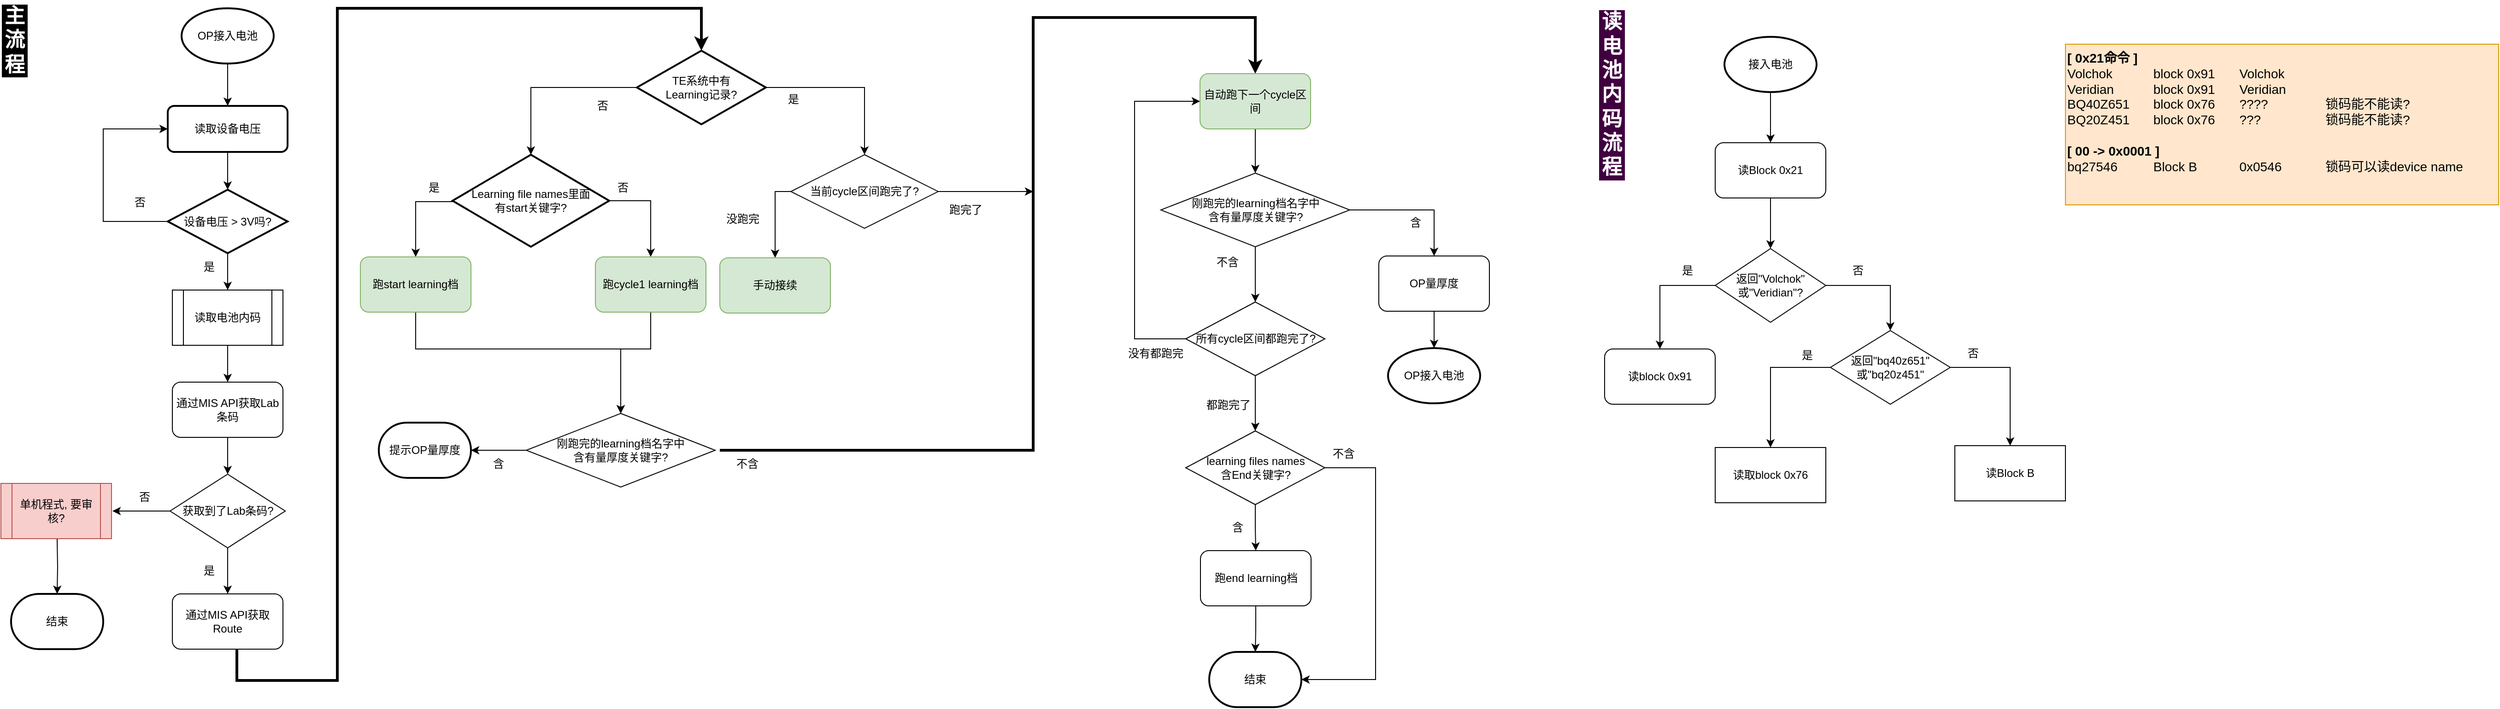
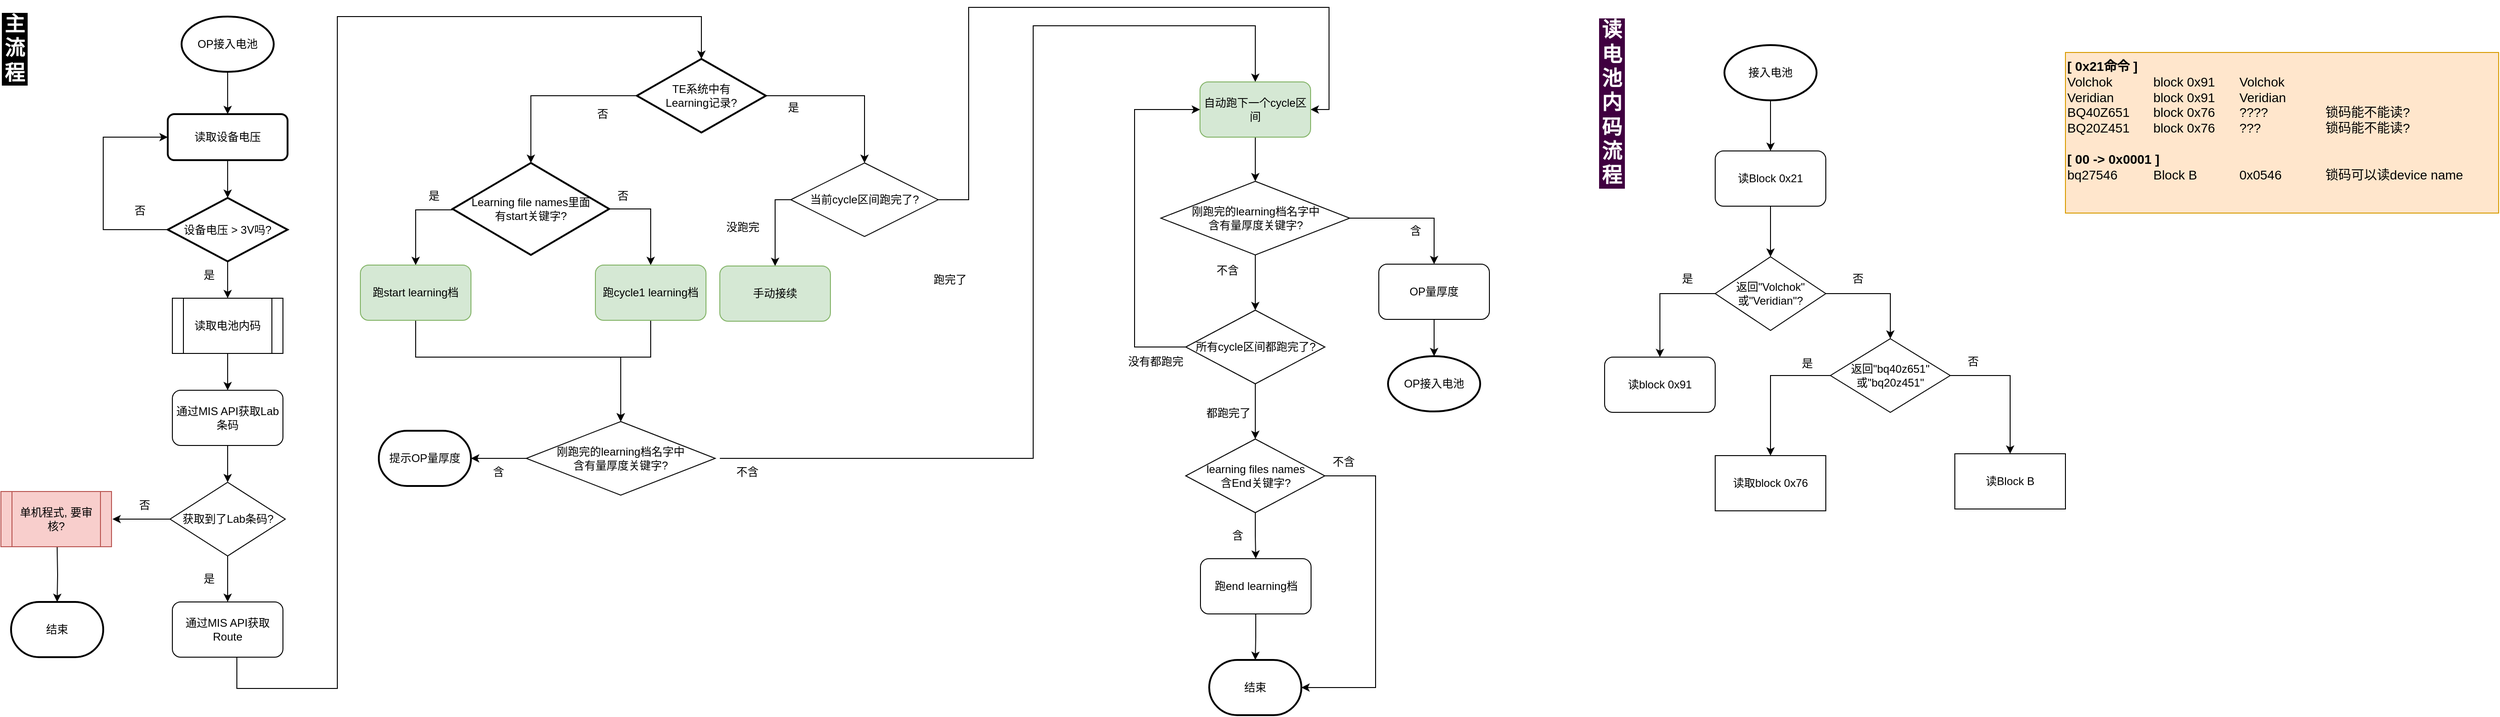
<mxfile host="app.diagrams.net">
  <diagram name="第 1 页" id="3HldnIOuQtLrwHUO-1mN">
    <mxGraphModel dx="1318" dy="774" grid="1" gridSize="10" guides="1" tooltips="1" connect="1" arrows="1" fold="1" page="1" pageScale="1" pageWidth="1169" pageHeight="827" background="#FFFFFF" math="0" shadow="0">
      <root>
        <mxCell id="0" />
        <mxCell id="1" parent="0" />
        <mxCell id="qRa3hty1LtdxE0hFs_0w-8" edge="1" parent="1" source="qRa3hty1LtdxE0hFs_0w-4" style="edgeStyle=orthogonalEdgeStyle;rounded=0;orthogonalLoop=1;jettySize=auto;html=1;" target="qRa3hty1LtdxE0hFs_0w-6" value="">
          <mxGeometry relative="1" as="geometry" />
        </mxCell>
        <mxCell id="qRa3hty1LtdxE0hFs_0w-4" parent="1" style="strokeWidth=2;html=1;shape=mxgraph.flowchart.start_1;whiteSpace=wrap;" value="OP接入电池" vertex="1">
          <mxGeometry height="60" width="100" x="216" y="20" as="geometry" />
        </mxCell>
        <mxCell id="qRa3hty1LtdxE0hFs_0w-9" edge="1" parent="1" source="qRa3hty1LtdxE0hFs_0w-6" style="edgeStyle=orthogonalEdgeStyle;rounded=0;orthogonalLoop=1;jettySize=auto;html=1;" target="qRa3hty1LtdxE0hFs_0w-7" value="">
          <mxGeometry relative="1" as="geometry" />
        </mxCell>
        <mxCell id="qRa3hty1LtdxE0hFs_0w-6" parent="1" style="rounded=1;whiteSpace=wrap;html=1;absoluteArcSize=1;arcSize=14;strokeWidth=2;" value="读取设备电压" vertex="1">
          <mxGeometry height="50" width="130" x="201" y="126" as="geometry" />
        </mxCell>
        <mxCell id="qRa3hty1LtdxE0hFs_0w-14" edge="1" parent="1" source="qRa3hty1LtdxE0hFs_0w-7" style="edgeStyle=orthogonalEdgeStyle;rounded=0;orthogonalLoop=1;jettySize=auto;html=1;" target="qRa3hty1LtdxE0hFs_0w-13" value="">
          <mxGeometry relative="1" as="geometry" />
        </mxCell>
        <mxCell id="qRa3hty1LtdxE0hFs_0w-25" edge="1" parent="1" source="qRa3hty1LtdxE0hFs_0w-7" style="edgeStyle=orthogonalEdgeStyle;rounded=0;orthogonalLoop=1;jettySize=auto;html=1;entryX=0;entryY=0.5;entryDx=0;entryDy=0;" target="qRa3hty1LtdxE0hFs_0w-6">
          <mxGeometry relative="1" as="geometry">
            <Array as="points">
              <mxPoint x="131" y="252" />
              <mxPoint x="131" y="151" />
            </Array>
            <mxPoint x="411" y="146" as="targetPoint" />
          </mxGeometry>
        </mxCell>
        <mxCell id="qRa3hty1LtdxE0hFs_0w-7" parent="1" style="strokeWidth=2;html=1;shape=mxgraph.flowchart.decision;whiteSpace=wrap;" value="设备电压 &amp;gt; 3V吗?" vertex="1">
          <mxGeometry height="69" width="130" x="201" y="217" as="geometry" />
        </mxCell>
        <mxCell id="qRa3hty1LtdxE0hFs_0w-11" parent="1" style="text;html=1;whiteSpace=wrap;strokeColor=none;fillColor=none;align=center;verticalAlign=middle;rounded=0;" value="&lt;div&gt;否&lt;/div&gt;" vertex="1">
          <mxGeometry height="30" width="60" x="141" y="216" as="geometry" />
        </mxCell>
        <mxCell id="qRa3hty1LtdxE0hFs_0w-12" parent="1" style="text;html=1;whiteSpace=wrap;strokeColor=none;fillColor=none;align=center;verticalAlign=middle;rounded=0;" value="&lt;div&gt;是&lt;/div&gt;" vertex="1">
          <mxGeometry height="30" width="60" x="216" y="286" as="geometry" />
        </mxCell>
        <mxCell id="qRa3hty1LtdxE0hFs_0w-16" edge="1" parent="1" source="qRa3hty1LtdxE0hFs_0w-13" style="edgeStyle=orthogonalEdgeStyle;rounded=0;orthogonalLoop=1;jettySize=auto;html=1;" target="qRa3hty1LtdxE0hFs_0w-15" value="">
          <mxGeometry relative="1" as="geometry" />
        </mxCell>
        <mxCell id="qRa3hty1LtdxE0hFs_0w-13" parent="1" style="shape=process;whiteSpace=wrap;html=1;backgroundOutline=1;" value="读取电池内码" vertex="1">
          <mxGeometry height="60" width="120" x="206" y="326" as="geometry" />
        </mxCell>
        <mxCell id="qRa3hty1LtdxE0hFs_0w-20" edge="1" parent="1" source="qRa3hty1LtdxE0hFs_0w-15" style="edgeStyle=orthogonalEdgeStyle;rounded=0;orthogonalLoop=1;jettySize=auto;html=1;" target="qRa3hty1LtdxE0hFs_0w-19" value="">
          <mxGeometry relative="1" as="geometry" />
        </mxCell>
        <mxCell id="qRa3hty1LtdxE0hFs_0w-15" parent="1" style="rounded=1;whiteSpace=wrap;html=1;" value="通过MIS API获取Lab条码" vertex="1">
          <mxGeometry height="60" width="120" x="206" y="426" as="geometry" />
        </mxCell>
-         <mxCell id="qRa3hty1LtdxE0hFs_0w-31" edge="1" parent="1" style="edgeStyle=orthogonalEdgeStyle;rounded=0;orthogonalLoop=1;jettySize=auto;html=1;entryX=0.5;entryY=0;entryDx=0;entryDy=0;entryPerimeter=0;strokeWidth=3;" target="qRa3hty1LtdxE0hFs_0w-30" value="">
+         <mxCell id="qRa3hty1LtdxE0hFs_0w-31" edge="1" parent="1" style="edgeStyle=orthogonalEdgeStyle;rounded=0;orthogonalLoop=1;jettySize=auto;html=1;entryX=0.5;entryY=0;entryDx=0;entryDy=0;entryPerimeter=0;strokeWidth=1;" target="qRa3hty1LtdxE0hFs_0w-30" value="">
          <mxGeometry relative="1" as="geometry">
            <Array as="points">
              <mxPoint x="276" y="750" />
              <mxPoint x="385" y="750" />
              <mxPoint x="385" y="20" />
              <mxPoint x="780" y="20" />
              <mxPoint x="780" y="59" />
            </Array>
            <mxPoint x="276" y="716" as="sourcePoint" />
            <mxPoint x="793" y="59" as="targetPoint" />
          </mxGeometry>
        </mxCell>
        <mxCell id="qRa3hty1LtdxE0hFs_0w-17" parent="1" style="rounded=1;whiteSpace=wrap;html=1;" value="通过MIS API获取Route" vertex="1">
          <mxGeometry height="60" width="120" x="206" y="656" as="geometry" />
        </mxCell>
        <mxCell id="qRa3hty1LtdxE0hFs_0w-21" edge="1" parent="1" source="qRa3hty1LtdxE0hFs_0w-19" style="edgeStyle=orthogonalEdgeStyle;rounded=0;orthogonalLoop=1;jettySize=auto;html=1;" target="qRa3hty1LtdxE0hFs_0w-17" value="">
          <mxGeometry relative="1" as="geometry" />
        </mxCell>
        <mxCell id="qRa3hty1LtdxE0hFs_0w-27" edge="1" parent="1" source="qRa3hty1LtdxE0hFs_0w-19" style="edgeStyle=orthogonalEdgeStyle;rounded=0;orthogonalLoop=1;jettySize=auto;html=1;" value="">
          <mxGeometry relative="1" as="geometry">
            <mxPoint x="141" y="566" as="targetPoint" />
          </mxGeometry>
        </mxCell>
        <mxCell id="qRa3hty1LtdxE0hFs_0w-19" parent="1" style="rhombus;whiteSpace=wrap;html=1;" value="获取到了Lab条码?" vertex="1">
          <mxGeometry height="80" width="125" x="203.5" y="526" as="geometry" />
        </mxCell>
        <mxCell id="qRa3hty1LtdxE0hFs_0w-22" parent="1" style="text;html=1;whiteSpace=wrap;strokeColor=none;fillColor=none;align=center;verticalAlign=middle;rounded=0;" value="是" vertex="1">
          <mxGeometry height="30" width="60" x="216" y="616" as="geometry" />
        </mxCell>
        <mxCell id="qRa3hty1LtdxE0hFs_0w-29" edge="1" parent="1" style="edgeStyle=orthogonalEdgeStyle;rounded=0;orthogonalLoop=1;jettySize=auto;html=1;" target="qRa3hty1LtdxE0hFs_0w-28" value="">
          <mxGeometry relative="1" as="geometry">
            <mxPoint x="81" y="596" as="sourcePoint" />
          </mxGeometry>
        </mxCell>
        <mxCell id="qRa3hty1LtdxE0hFs_0w-26" parent="1" style="shape=process;whiteSpace=wrap;html=1;backgroundOutline=1;fillColor=#f8cecc;strokeColor=#b85450;" value="单机程式, 要审核?" vertex="1">
          <mxGeometry height="60" width="120" x="20" y="536" as="geometry" />
        </mxCell>
        <mxCell id="qRa3hty1LtdxE0hFs_0w-28" parent="1" style="strokeWidth=2;html=1;shape=mxgraph.flowchart.terminator;whiteSpace=wrap;" value="结束" vertex="1">
          <mxGeometry height="60" width="100" x="31" y="656" as="geometry" />
        </mxCell>
        <mxCell id="qRa3hty1LtdxE0hFs_0w-34" edge="1" parent="1" source="qRa3hty1LtdxE0hFs_0w-30" style="edgeStyle=orthogonalEdgeStyle;rounded=0;orthogonalLoop=1;jettySize=auto;html=1;exitX=0;exitY=0.5;exitDx=0;exitDy=0;exitPerimeter=0;" target="qRa3hty1LtdxE0hFs_0w-33" value="">
          <mxGeometry relative="1" as="geometry">
            <mxPoint x="595" y="129" as="sourcePoint" />
          </mxGeometry>
        </mxCell>
        <mxCell id="qRa3hty1LtdxE0hFs_0w-38" edge="1" parent="1" source="qRa3hty1LtdxE0hFs_0w-30" style="edgeStyle=orthogonalEdgeStyle;rounded=0;orthogonalLoop=1;jettySize=auto;html=1;" target="qRa3hty1LtdxE0hFs_0w-37" value="">
          <mxGeometry relative="1" as="geometry" />
        </mxCell>
        <mxCell id="qRa3hty1LtdxE0hFs_0w-30" parent="1" style="strokeWidth=2;html=1;shape=mxgraph.flowchart.decision;whiteSpace=wrap;" value="&lt;div&gt;TE系统中有&lt;/div&gt;&lt;div&gt;Learning记录?&lt;/div&gt;" vertex="1">
          <mxGeometry height="80" width="140" x="710" y="66" as="geometry" />
        </mxCell>
        <mxCell id="qRa3hty1LtdxE0hFs_0w-45" edge="1" parent="1" source="qRa3hty1LtdxE0hFs_0w-33" style="edgeStyle=orthogonalEdgeStyle;rounded=0;orthogonalLoop=1;jettySize=auto;html=1;" target="qRa3hty1LtdxE0hFs_0w-44" value="">
          <mxGeometry relative="1" as="geometry">
            <Array as="points">
              <mxPoint x="470" y="230" />
            </Array>
          </mxGeometry>
        </mxCell>
        <mxCell id="qRa3hty1LtdxE0hFs_0w-67" edge="1" parent="1" source="qRa3hty1LtdxE0hFs_0w-33" style="edgeStyle=orthogonalEdgeStyle;rounded=0;orthogonalLoop=1;jettySize=auto;html=1;entryX=0.5;entryY=0;entryDx=0;entryDy=0;exitX=1;exitY=0.5;exitDx=0;exitDy=0;exitPerimeter=0;" target="qRa3hty1LtdxE0hFs_0w-66">
          <mxGeometry relative="1" as="geometry" />
        </mxCell>
        <mxCell id="qRa3hty1LtdxE0hFs_0w-33" parent="1" style="strokeWidth=2;html=1;shape=mxgraph.flowchart.decision;whiteSpace=wrap;" value="&lt;div&gt;Learning file names里面&lt;/div&gt;&lt;div&gt;有start关键字?&lt;/div&gt;" vertex="1">
          <mxGeometry height="100" width="170" x="510" y="179" as="geometry" />
        </mxCell>
        <mxCell id="qRa3hty1LtdxE0hFs_0w-35" parent="1" style="text;html=1;whiteSpace=wrap;strokeColor=none;fillColor=none;align=center;verticalAlign=middle;rounded=0;" value="否" vertex="1">
          <mxGeometry height="30" width="60" x="642.5" y="111" as="geometry" />
        </mxCell>
        <mxCell id="qRa3hty1LtdxE0hFs_0w-36" parent="1" style="text;html=1;whiteSpace=wrap;strokeColor=none;fillColor=none;align=center;verticalAlign=middle;rounded=0;" value="是" vertex="1">
          <mxGeometry height="30" width="60" x="850" y="104" as="geometry" />
        </mxCell>
        <mxCell id="qRa3hty1LtdxE0hFs_0w-40" edge="1" parent="1" source="qRa3hty1LtdxE0hFs_0w-37" style="edgeStyle=orthogonalEdgeStyle;rounded=0;orthogonalLoop=1;jettySize=auto;html=1;" target="qRa3hty1LtdxE0hFs_0w-39" value="">
          <mxGeometry relative="1" as="geometry">
            <Array as="points">
              <mxPoint x="860" y="219" />
            </Array>
          </mxGeometry>
        </mxCell>
-         <mxCell id="PsBZDfwHha2lWDHOalyY-41" edge="1" parent="1" source="qRa3hty1LtdxE0hFs_0w-37" style="edgeStyle=orthogonalEdgeStyle;rounded=0;orthogonalLoop=1;jettySize=auto;html=1;">
-           <mxGeometry relative="1" as="geometry">
-             <mxPoint x="1140" y="219" as="targetPoint" />
+         <mxCell id="PsBZDfwHha2lWDHOalyY-44" edge="1" parent="1" source="qRa3hty1LtdxE0hFs_0w-37" style="edgeStyle=orthogonalEdgeStyle;rounded=0;orthogonalLoop=1;jettySize=auto;html=1;entryX=1;entryY=0.5;entryDx=0;entryDy=0;" target="qRa3hty1LtdxE0hFs_0w-55">
+           <mxGeometry relative="1" as="geometry">
+             <Array as="points">
+               <mxPoint x="1070" y="219" />
+               <mxPoint x="1070" y="10" />
+               <mxPoint x="1461" y="10" />
+               <mxPoint x="1461" y="121" />
+             </Array>
          </mxGeometry>
        </mxCell>
        <mxCell id="qRa3hty1LtdxE0hFs_0w-37" parent="1" style="rhombus;whiteSpace=wrap;html=1;" value="当前cycle区间跑完了?" vertex="1">
          <mxGeometry height="80" width="160" x="877" y="179" as="geometry" />
        </mxCell>
        <mxCell id="qRa3hty1LtdxE0hFs_0w-39" parent="1" style="rounded=1;whiteSpace=wrap;html=1;fillColor=#d5e8d4;strokeColor=#82b366;" value="手动接续" vertex="1">
          <mxGeometry height="60" width="120" x="800" y="291" as="geometry" />
        </mxCell>
        <mxCell id="qRa3hty1LtdxE0hFs_0w-41" parent="1" style="text;html=1;whiteSpace=wrap;strokeColor=none;fillColor=none;align=center;verticalAlign=middle;rounded=0;" value="没跑完" vertex="1">
          <mxGeometry height="30" width="60" x="795" y="233.5" as="geometry" />
        </mxCell>
        <mxCell id="qRa3hty1LtdxE0hFs_0w-71" edge="1" parent="1" source="qRa3hty1LtdxE0hFs_0w-44" style="edgeStyle=orthogonalEdgeStyle;rounded=0;orthogonalLoop=1;jettySize=auto;html=1;entryX=0.5;entryY=0;entryDx=0;entryDy=0;exitX=0.5;exitY=1;exitDx=0;exitDy=0;" target="qRa3hty1LtdxE0hFs_0w-49">
          <mxGeometry relative="1" as="geometry">
            <Array as="points">
              <mxPoint x="470" y="390" />
              <mxPoint x="692" y="390" />
            </Array>
          </mxGeometry>
        </mxCell>
        <mxCell id="qRa3hty1LtdxE0hFs_0w-44" parent="1" style="rounded=1;whiteSpace=wrap;html=1;fillColor=#d5e8d4;strokeColor=#82b366;" value="跑start learning档" vertex="1">
          <mxGeometry height="60" width="120" x="410" y="290" as="geometry" />
        </mxCell>
        <mxCell id="qRa3hty1LtdxE0hFs_0w-46" parent="1" style="text;html=1;whiteSpace=wrap;strokeColor=none;fillColor=none;align=center;verticalAlign=middle;rounded=0;" value="是" vertex="1">
          <mxGeometry height="30" width="60" x="460" y="200" as="geometry" />
        </mxCell>
-         <mxCell id="qRa3hty1LtdxE0hFs_0w-129" edge="1" parent="1" style="edgeStyle=orthogonalEdgeStyle;rounded=0;orthogonalLoop=1;jettySize=auto;html=1;entryX=0.5;entryY=0;entryDx=0;entryDy=0;strokeWidth=3;" target="qRa3hty1LtdxE0hFs_0w-55">
+         <mxCell id="qRa3hty1LtdxE0hFs_0w-129" edge="1" parent="1" style="edgeStyle=orthogonalEdgeStyle;rounded=0;orthogonalLoop=1;jettySize=auto;html=1;entryX=0.5;entryY=0;entryDx=0;entryDy=0;strokeWidth=1;" target="qRa3hty1LtdxE0hFs_0w-55">
          <mxGeometry relative="1" as="geometry">
            <Array as="points">
              <mxPoint x="1140" y="500" />
              <mxPoint x="1140" y="30" />
              <mxPoint x="1381" y="30" />
            </Array>
            <mxPoint x="800" y="500" as="sourcePoint" />
          </mxGeometry>
        </mxCell>
        <mxCell id="PsBZDfwHha2lWDHOalyY-38" edge="1" parent="1" source="qRa3hty1LtdxE0hFs_0w-49" style="edgeStyle=orthogonalEdgeStyle;rounded=0;orthogonalLoop=1;jettySize=auto;html=1;" target="PsBZDfwHha2lWDHOalyY-37" value="">
          <mxGeometry relative="1" as="geometry" />
        </mxCell>
        <mxCell id="qRa3hty1LtdxE0hFs_0w-49" parent="1" style="rhombus;whiteSpace=wrap;html=1;" value="&lt;div&gt;刚跑完的learning档名字中&lt;/div&gt;&lt;div&gt;含有量厚度关键字?&lt;/div&gt;" vertex="1">
          <mxGeometry height="80" width="205" x="590" y="460" as="geometry" />
        </mxCell>
        <mxCell id="qRa3hty1LtdxE0hFs_0w-53" parent="1" style="text;html=1;whiteSpace=wrap;strokeColor=none;fillColor=none;align=center;verticalAlign=middle;rounded=0;" value="&lt;div&gt;含&lt;/div&gt;" vertex="1">
          <mxGeometry height="30" width="60" x="530" y="500" as="geometry" />
        </mxCell>
        <mxCell id="qRa3hty1LtdxE0hFs_0w-130" edge="1" parent="1" source="qRa3hty1LtdxE0hFs_0w-55" style="edgeStyle=orthogonalEdgeStyle;rounded=0;orthogonalLoop=1;jettySize=auto;html=1;" target="qRa3hty1LtdxE0hFs_0w-88" value="">
          <mxGeometry relative="1" as="geometry" />
        </mxCell>
        <mxCell id="qRa3hty1LtdxE0hFs_0w-55" parent="1" style="rounded=1;whiteSpace=wrap;html=1;fillColor=#d5e8d4;strokeColor=#82b366;" value="自动跑下一个cycle区间" vertex="1">
          <mxGeometry height="60" width="120" x="1321" y="91" as="geometry" />
        </mxCell>
        <mxCell id="qRa3hty1LtdxE0hFs_0w-57" parent="1" style="text;html=1;whiteSpace=wrap;strokeColor=none;fillColor=none;align=center;verticalAlign=middle;rounded=0;" value="否" vertex="1">
          <mxGeometry height="30" width="60" x="146" y="536" as="geometry" />
        </mxCell>
        <mxCell id="qRa3hty1LtdxE0hFs_0w-58" parent="1" style="text;html=1;whiteSpace=wrap;strokeColor=none;fillColor=none;align=center;verticalAlign=middle;rounded=0;" value="跑完了" vertex="1">
-           <mxGeometry height="30" width="60" x="1037" y="224" as="geometry" />
+           <mxGeometry height="30" width="60" x="1020" y="291" as="geometry" />
        </mxCell>
        <mxCell id="qRa3hty1LtdxE0hFs_0w-73" edge="1" parent="1" source="qRa3hty1LtdxE0hFs_0w-66" style="edgeStyle=orthogonalEdgeStyle;rounded=0;orthogonalLoop=1;jettySize=auto;html=1;entryX=0.5;entryY=0;entryDx=0;entryDy=0;exitX=0.5;exitY=1;exitDx=0;exitDy=0;" target="qRa3hty1LtdxE0hFs_0w-49">
          <mxGeometry relative="1" as="geometry">
            <Array as="points">
              <mxPoint x="725" y="390" />
              <mxPoint x="692" y="390" />
            </Array>
          </mxGeometry>
        </mxCell>
        <mxCell id="qRa3hty1LtdxE0hFs_0w-66" parent="1" style="rounded=1;whiteSpace=wrap;html=1;fillColor=#d5e8d4;strokeColor=#82b366;" value="跑cycle1 learning档" vertex="1">
          <mxGeometry height="60" width="120" x="665" y="290" as="geometry" />
        </mxCell>
        <mxCell id="qRa3hty1LtdxE0hFs_0w-68" parent="1" style="text;html=1;whiteSpace=wrap;strokeColor=none;fillColor=none;align=center;verticalAlign=middle;rounded=0;" value="否" vertex="1">
          <mxGeometry height="30" width="60" x="665" y="200" as="geometry" />
        </mxCell>
        <mxCell id="qRa3hty1LtdxE0hFs_0w-75" parent="1" style="text;html=1;whiteSpace=wrap;strokeColor=none;fillColor=none;align=center;verticalAlign=middle;rounded=0;" value="不含" vertex="1">
          <mxGeometry height="30" width="60" x="800" y="500" as="geometry" />
        </mxCell>
        <mxCell id="qRa3hty1LtdxE0hFs_0w-132" edge="1" parent="1" source="qRa3hty1LtdxE0hFs_0w-88" style="edgeStyle=orthogonalEdgeStyle;rounded=0;orthogonalLoop=1;jettySize=auto;html=1;" target="qRa3hty1LtdxE0hFs_0w-91" value="">
          <mxGeometry relative="1" as="geometry" />
        </mxCell>
        <mxCell id="qRa3hty1LtdxE0hFs_0w-134" edge="1" parent="1" source="qRa3hty1LtdxE0hFs_0w-88" style="edgeStyle=orthogonalEdgeStyle;rounded=0;orthogonalLoop=1;jettySize=auto;html=1;" target="qRa3hty1LtdxE0hFs_0w-107" value="">
          <mxGeometry relative="1" as="geometry" />
        </mxCell>
        <mxCell id="qRa3hty1LtdxE0hFs_0w-88" parent="1" style="rhombus;whiteSpace=wrap;html=1;" value="&lt;div&gt;刚跑完的learning档名字中&lt;/div&gt;&lt;div&gt;含有量厚度关键字?&lt;/div&gt;" vertex="1">
          <mxGeometry height="80" width="205" x="1278.5" y="199" as="geometry" />
        </mxCell>
        <mxCell id="qRa3hty1LtdxE0hFs_0w-104" edge="1" parent="1" source="qRa3hty1LtdxE0hFs_0w-91" style="edgeStyle=orthogonalEdgeStyle;rounded=0;orthogonalLoop=1;jettySize=auto;html=1;" target="qRa3hty1LtdxE0hFs_0w-103" value="">
          <mxGeometry relative="1" as="geometry" />
        </mxCell>
        <mxCell id="qRa3hty1LtdxE0hFs_0w-91" parent="1" style="rounded=1;whiteSpace=wrap;html=1;" value="OP量厚度" vertex="1">
          <mxGeometry height="60" width="120" x="1515" y="289" as="geometry" />
        </mxCell>
        <mxCell id="qRa3hty1LtdxE0hFs_0w-93" parent="1" style="text;html=1;whiteSpace=wrap;strokeColor=none;fillColor=none;align=center;verticalAlign=middle;rounded=0;" value="含" vertex="1">
          <mxGeometry height="30" width="60" x="1525" y="238" as="geometry" />
        </mxCell>
        <mxCell id="qRa3hty1LtdxE0hFs_0w-95" parent="1" style="text;html=1;whiteSpace=wrap;strokeColor=none;fillColor=none;align=center;verticalAlign=middle;rounded=0;" value="不含" vertex="1">
          <mxGeometry height="30" width="60" x="1321" y="281" as="geometry" />
        </mxCell>
        <mxCell id="qRa3hty1LtdxE0hFs_0w-103" parent="1" style="strokeWidth=2;html=1;shape=mxgraph.flowchart.start_1;whiteSpace=wrap;" value="OP接入电池" vertex="1">
          <mxGeometry height="60" width="100" x="1525" y="389" as="geometry" />
        </mxCell>
        <mxCell id="qRa3hty1LtdxE0hFs_0w-118" edge="1" parent="1" source="qRa3hty1LtdxE0hFs_0w-107" style="edgeStyle=orthogonalEdgeStyle;rounded=0;orthogonalLoop=1;jettySize=auto;html=1;" target="qRa3hty1LtdxE0hFs_0w-117" value="">
          <mxGeometry relative="1" as="geometry" />
        </mxCell>
        <mxCell id="PsBZDfwHha2lWDHOalyY-42" edge="1" parent="1" source="qRa3hty1LtdxE0hFs_0w-107" style="edgeStyle=orthogonalEdgeStyle;rounded=0;orthogonalLoop=1;jettySize=auto;html=1;entryX=0;entryY=0.5;entryDx=0;entryDy=0;" target="qRa3hty1LtdxE0hFs_0w-55">
          <mxGeometry relative="1" as="geometry">
            <Array as="points">
              <mxPoint x="1250" y="379" />
              <mxPoint x="1250" y="121" />
            </Array>
          </mxGeometry>
        </mxCell>
        <mxCell id="qRa3hty1LtdxE0hFs_0w-107" parent="1" style="rhombus;whiteSpace=wrap;html=1;" value="所有cycle区间都跑完了?" vertex="1">
          <mxGeometry height="80" width="151" x="1305.5" y="339" as="geometry" />
        </mxCell>
        <mxCell id="qRa3hty1LtdxE0hFs_0w-111" parent="1" style="text;html=1;whiteSpace=wrap;strokeColor=none;fillColor=none;align=center;verticalAlign=middle;rounded=0;" value="没有都跑完" vertex="1">
          <mxGeometry height="30" width="65.5" x="1240" y="380" as="geometry" />
        </mxCell>
        <mxCell id="qRa3hty1LtdxE0hFs_0w-112" parent="1" style="strokeWidth=2;html=1;shape=mxgraph.flowchart.terminator;whiteSpace=wrap;" value="结束" vertex="1">
          <mxGeometry height="60" width="100" x="1331" y="719" as="geometry" />
        </mxCell>
        <mxCell id="qRa3hty1LtdxE0hFs_0w-114" parent="1" style="text;html=1;whiteSpace=wrap;strokeColor=none;fillColor=none;align=center;verticalAlign=middle;rounded=0;" value="都跑完了" vertex="1">
          <mxGeometry height="30" width="60" x="1322" y="436" as="geometry" />
        </mxCell>
        <mxCell id="qRa3hty1LtdxE0hFs_0w-122" edge="1" parent="1" source="qRa3hty1LtdxE0hFs_0w-117" style="edgeStyle=orthogonalEdgeStyle;rounded=0;orthogonalLoop=1;jettySize=auto;html=1;" target="qRa3hty1LtdxE0hFs_0w-120" value="">
          <mxGeometry relative="1" as="geometry" />
        </mxCell>
        <mxCell id="qRa3hty1LtdxE0hFs_0w-117" parent="1" style="rhombus;whiteSpace=wrap;html=1;" value="&lt;div&gt;learning files names&lt;/div&gt;&lt;div&gt;含End关键字?&lt;/div&gt;" vertex="1">
          <mxGeometry height="80" width="151" x="1305.5" y="479" as="geometry" />
        </mxCell>
        <mxCell id="qRa3hty1LtdxE0hFs_0w-121" edge="1" parent="1" source="qRa3hty1LtdxE0hFs_0w-120" style="edgeStyle=orthogonalEdgeStyle;rounded=0;orthogonalLoop=1;jettySize=auto;html=1;" target="qRa3hty1LtdxE0hFs_0w-112" value="">
          <mxGeometry relative="1" as="geometry" />
        </mxCell>
        <mxCell id="qRa3hty1LtdxE0hFs_0w-120" parent="1" style="rounded=1;whiteSpace=wrap;html=1;" value="跑end learning档" vertex="1">
          <mxGeometry height="60" width="120" x="1321.5" y="609" as="geometry" />
        </mxCell>
        <mxCell id="qRa3hty1LtdxE0hFs_0w-123" parent="1" style="text;html=1;whiteSpace=wrap;strokeColor=none;fillColor=none;align=center;verticalAlign=middle;rounded=0;" value="含" vertex="1">
          <mxGeometry height="30" width="60" x="1331.5" y="569" as="geometry" />
        </mxCell>
        <mxCell id="qRa3hty1LtdxE0hFs_0w-124" edge="1" parent="1" source="qRa3hty1LtdxE0hFs_0w-117" style="edgeStyle=orthogonalEdgeStyle;rounded=0;orthogonalLoop=1;jettySize=auto;html=1;entryX=1;entryY=0.5;entryDx=0;entryDy=0;entryPerimeter=0;" target="qRa3hty1LtdxE0hFs_0w-112">
          <mxGeometry relative="1" as="geometry">
            <Array as="points">
              <mxPoint x="1511.5" y="519" />
              <mxPoint x="1511.5" y="749" />
            </Array>
          </mxGeometry>
        </mxCell>
        <mxCell id="qRa3hty1LtdxE0hFs_0w-125" parent="1" style="text;html=1;whiteSpace=wrap;strokeColor=none;fillColor=none;align=center;verticalAlign=middle;rounded=0;" value="不含" vertex="1">
          <mxGeometry height="30" width="60" x="1446.5" y="489" as="geometry" />
        </mxCell>
        <mxCell id="PsBZDfwHha2lWDHOalyY-6" edge="1" parent="1" source="qRa3hty1LtdxE0hFs_0w-136" style="edgeStyle=orthogonalEdgeStyle;rounded=0;orthogonalLoop=1;jettySize=auto;html=1;" target="PsBZDfwHha2lWDHOalyY-3" value="">
          <mxGeometry relative="1" as="geometry" />
        </mxCell>
        <mxCell id="qRa3hty1LtdxE0hFs_0w-136" parent="1" style="strokeWidth=2;html=1;shape=mxgraph.flowchart.start_1;whiteSpace=wrap;" value="接入电池" vertex="1">
          <mxGeometry height="60" width="100" x="1890" y="51" as="geometry" />
        </mxCell>
        <mxCell id="PsBZDfwHha2lWDHOalyY-1" parent="1" style="text;html=1;whiteSpace=wrap;strokeColor=none;fillColor=none;align=center;verticalAlign=middle;rounded=0;fontStyle=1;strokeWidth=3;labelBackgroundColor=light-dark(#400040, #ededed);fontColor=light-dark(#ffffff, #ededed);fontSize=22;" value="读电池内码流程" vertex="1">
          <mxGeometry height="30" width="30" x="1753" y="99" as="geometry" />
        </mxCell>
        <mxCell id="PsBZDfwHha2lWDHOalyY-2" parent="1" style="text;html=1;whiteSpace=wrap;strokeColor=#d79b00;fillColor=#ffe6cc;align=left;verticalAlign=top;rounded=0;fontSize=14;labelBackgroundColor=none;" value="&lt;div&gt;&lt;b&gt;[ 0x21命令 ]&lt;/b&gt;&lt;/div&gt;&lt;div&gt;Volchok&lt;span style=&quot;white-space: pre;&quot;&gt;&#x9;&lt;/span&gt;&lt;span style=&quot;white-space: pre;&quot;&gt;&#x9;&lt;/span&gt;block 0x91&lt;span style=&quot;white-space: pre;&quot;&gt;&#x9;&lt;/span&gt;Volchok&lt;/div&gt;&lt;div&gt;Veridian&lt;span style=&quot;white-space: pre;&quot;&gt;&lt;span style=&quot;white-space: pre;&quot;&gt;&#x9;&lt;/span&gt;&lt;span style=&quot;white-space: pre;&quot;&gt;&#x9;&lt;/span&gt;block 0x91&#x9;Veridian&lt;/span&gt;&lt;/div&gt;&lt;div&gt;BQ40Z651&lt;span style=&quot;white-space: pre;&quot;&gt;&#x9;block 0x76&lt;/span&gt;&lt;span style=&quot;white-space: pre;&quot;&gt;&#x9;????&lt;span style=&quot;white-space: pre;&quot;&gt;&#x9;&lt;/span&gt;&lt;span style=&quot;white-space: pre;&quot;&gt;&#x9;&lt;/span&gt;锁码能不能读?&lt;/span&gt;&lt;/div&gt;&lt;div&gt;&lt;span style=&quot;white-space: pre;&quot;&gt;BQ20Z451&lt;span style=&quot;white-space: pre;&quot;&gt;&#x9;&lt;/span&gt;block 0x76&lt;span style=&quot;white-space: pre;&quot;&gt;&#x9;???&lt;span style=&quot;white-space: pre;&quot;&gt;&#x9;&lt;/span&gt;&lt;span style=&quot;white-space: pre;&quot;&gt;&#x9;&lt;/span&gt;&lt;span style=&quot;white-space: pre;&quot;&gt;&#x9;&lt;/span&gt;锁码能不能读?&lt;/span&gt;&lt;/span&gt;&lt;/div&gt;&lt;div&gt;&lt;br&gt;&lt;/div&gt;&lt;div&gt;&lt;b&gt;[ 00 -&amp;gt; 0x0001 ]&lt;/b&gt;&lt;/div&gt;&lt;div&gt;bq27546&lt;span style=&quot;white-space: pre;&quot;&gt;&#x9;&lt;/span&gt;&lt;span style=&quot;white-space: pre;&quot;&gt;&#x9;Block B&lt;span style=&quot;white-space: pre;&quot;&gt;&#x9;&lt;/span&gt;&lt;span style=&quot;white-space: pre;&quot;&gt;&#x9;&lt;/span&gt;0x0546&lt;span style=&quot;white-space: pre;&quot;&gt;&#x9;&lt;/span&gt;&lt;span style=&quot;white-space: pre;&quot;&gt;&#x9;&lt;/span&gt;锁码可以读device name&lt;/span&gt;&lt;/div&gt;&lt;div&gt;&lt;br&gt;&lt;/div&gt;" vertex="1">
          <mxGeometry height="174.5" width="470" x="2260" y="59" as="geometry" />
        </mxCell>
        <mxCell id="PsBZDfwHha2lWDHOalyY-7" edge="1" parent="1" source="PsBZDfwHha2lWDHOalyY-3" style="edgeStyle=orthogonalEdgeStyle;rounded=0;orthogonalLoop=1;jettySize=auto;html=1;" target="PsBZDfwHha2lWDHOalyY-5" value="">
          <mxGeometry relative="1" as="geometry" />
        </mxCell>
        <mxCell id="PsBZDfwHha2lWDHOalyY-3" parent="1" style="rounded=1;whiteSpace=wrap;html=1;" value="读Block 0x21" vertex="1">
          <mxGeometry height="60" width="120" x="1880" y="166" as="geometry" />
        </mxCell>
        <mxCell id="PsBZDfwHha2lWDHOalyY-27" edge="1" parent="1" source="PsBZDfwHha2lWDHOalyY-5" style="edgeStyle=orthogonalEdgeStyle;rounded=0;orthogonalLoop=1;jettySize=auto;html=1;" target="PsBZDfwHha2lWDHOalyY-26" value="">
          <mxGeometry relative="1" as="geometry" />
        </mxCell>
        <mxCell id="PsBZDfwHha2lWDHOalyY-35" edge="1" parent="1" source="PsBZDfwHha2lWDHOalyY-5" style="edgeStyle=orthogonalEdgeStyle;rounded=0;orthogonalLoop=1;jettySize=auto;html=1;entryX=0.5;entryY=0;entryDx=0;entryDy=0;" target="PsBZDfwHha2lWDHOalyY-12">
          <mxGeometry relative="1" as="geometry">
            <Array as="points">
              <mxPoint x="1820" y="321" />
            </Array>
          </mxGeometry>
        </mxCell>
        <mxCell id="PsBZDfwHha2lWDHOalyY-5" parent="1" style="rhombus;whiteSpace=wrap;html=1;" value="&lt;div&gt;返回&quot;Volchok&quot;&lt;/div&gt;&lt;div&gt;或&quot;Veridian&quot;?&lt;/div&gt;" vertex="1">
          <mxGeometry height="80" width="120" x="1880" y="281" as="geometry" />
        </mxCell>
        <mxCell id="PsBZDfwHha2lWDHOalyY-12" parent="1" style="rounded=1;whiteSpace=wrap;html=1;" value="读block 0x91" vertex="1">
          <mxGeometry height="60" width="120" x="1760" y="390" as="geometry" />
        </mxCell>
        <mxCell id="PsBZDfwHha2lWDHOalyY-14" parent="1" style="text;html=1;whiteSpace=wrap;strokeColor=none;fillColor=none;align=center;verticalAlign=middle;rounded=0;" value="是" vertex="1">
          <mxGeometry height="30" width="60" x="1820" y="290" as="geometry" />
        </mxCell>
        <mxCell id="PsBZDfwHha2lWDHOalyY-29" edge="1" parent="1" source="PsBZDfwHha2lWDHOalyY-26" style="edgeStyle=orthogonalEdgeStyle;rounded=0;orthogonalLoop=1;jettySize=auto;html=1;" target="PsBZDfwHha2lWDHOalyY-28" value="">
          <mxGeometry relative="1" as="geometry" />
        </mxCell>
        <mxCell id="PsBZDfwHha2lWDHOalyY-32" edge="1" parent="1" source="PsBZDfwHha2lWDHOalyY-26" style="edgeStyle=orthogonalEdgeStyle;rounded=0;orthogonalLoop=1;jettySize=auto;html=1;" target="PsBZDfwHha2lWDHOalyY-31" value="">
          <mxGeometry relative="1" as="geometry" />
        </mxCell>
        <mxCell id="PsBZDfwHha2lWDHOalyY-26" parent="1" style="rhombus;whiteSpace=wrap;html=1;" value="&lt;div&gt;返回&quot;bq40z651&quot;&lt;/div&gt;&lt;div&gt;或&quot;bq20z451&quot;&lt;/div&gt;" vertex="1">
          <mxGeometry height="80" width="130" x="2005" y="370" as="geometry" />
        </mxCell>
        <mxCell id="PsBZDfwHha2lWDHOalyY-28" parent="1" style="whiteSpace=wrap;html=1;" value="读取block 0x76" vertex="1">
          <mxGeometry height="60" width="120" x="1880" y="497" as="geometry" />
        </mxCell>
        <mxCell id="PsBZDfwHha2lWDHOalyY-30" parent="1" style="text;html=1;whiteSpace=wrap;strokeColor=none;fillColor=none;align=center;verticalAlign=middle;rounded=0;" value="是" vertex="1">
          <mxGeometry height="30" width="60" x="1950" y="382" as="geometry" />
        </mxCell>
        <mxCell id="PsBZDfwHha2lWDHOalyY-31" parent="1" style="whiteSpace=wrap;html=1;" value="读Block B" vertex="1">
          <mxGeometry height="60" width="120" x="2140" y="495" as="geometry" />
        </mxCell>
        <mxCell id="PsBZDfwHha2lWDHOalyY-33" parent="1" style="text;html=1;whiteSpace=wrap;strokeColor=none;fillColor=none;align=center;verticalAlign=middle;rounded=0;" value="否" vertex="1">
          <mxGeometry height="30" width="60" x="2005" y="290" as="geometry" />
        </mxCell>
        <mxCell id="PsBZDfwHha2lWDHOalyY-34" parent="1" style="text;html=1;whiteSpace=wrap;strokeColor=none;fillColor=none;align=center;verticalAlign=middle;rounded=0;" value="否" vertex="1">
          <mxGeometry height="30" width="60" x="2130" y="380" as="geometry" />
        </mxCell>
        <mxCell id="PsBZDfwHha2lWDHOalyY-36" parent="1" style="text;html=1;whiteSpace=wrap;strokeColor=none;fillColor=none;align=center;verticalAlign=middle;rounded=0;fontStyle=1;fontSize=22;fontColor=light-dark(#ffffff, #ededed);strokeWidth=3;labelBackgroundColor=#000000;" value="主流程" vertex="1">
          <mxGeometry height="30" width="30" x="20" y="40" as="geometry" />
        </mxCell>
        <mxCell id="PsBZDfwHha2lWDHOalyY-37" parent="1" style="strokeWidth=2;html=1;shape=mxgraph.flowchart.terminator;whiteSpace=wrap;" value="提示OP量厚度" vertex="1">
          <mxGeometry height="60" width="100" x="430" y="470" as="geometry" />
        </mxCell>
      </root>
    </mxGraphModel>
  </diagram>
</mxfile>
